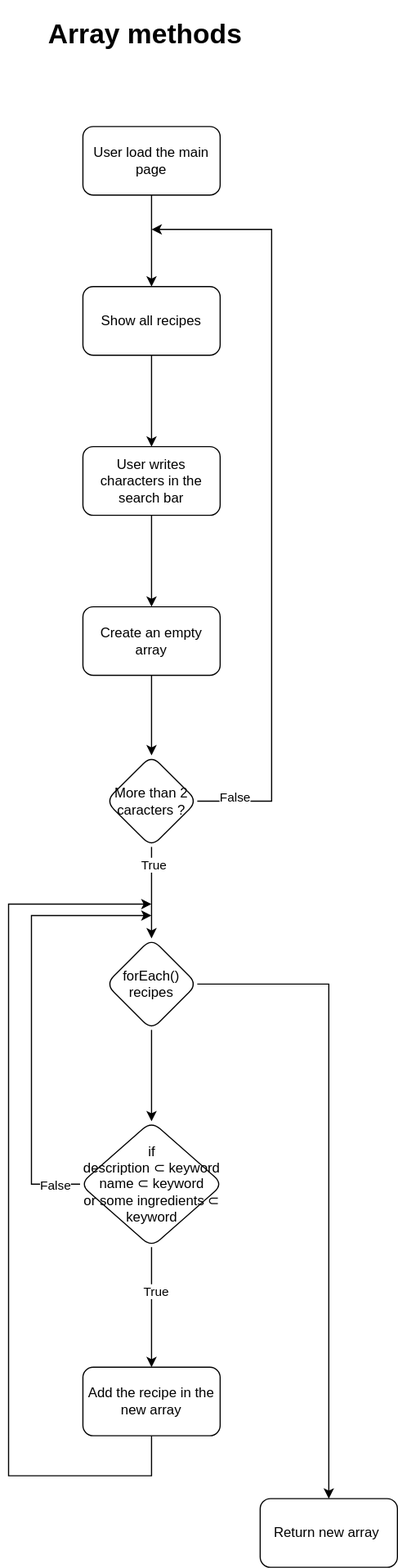
Above: filterByKeywords.svg in nitatemic/Les-Petits-Plats_Alexandre_de_lemeny_makedone_202207 (draw.io), before the change. Source tidied: cells renumbered, new cells last; positions are measured from the earlier drawing's top-left corner, leaving out a move shared by most shapes.
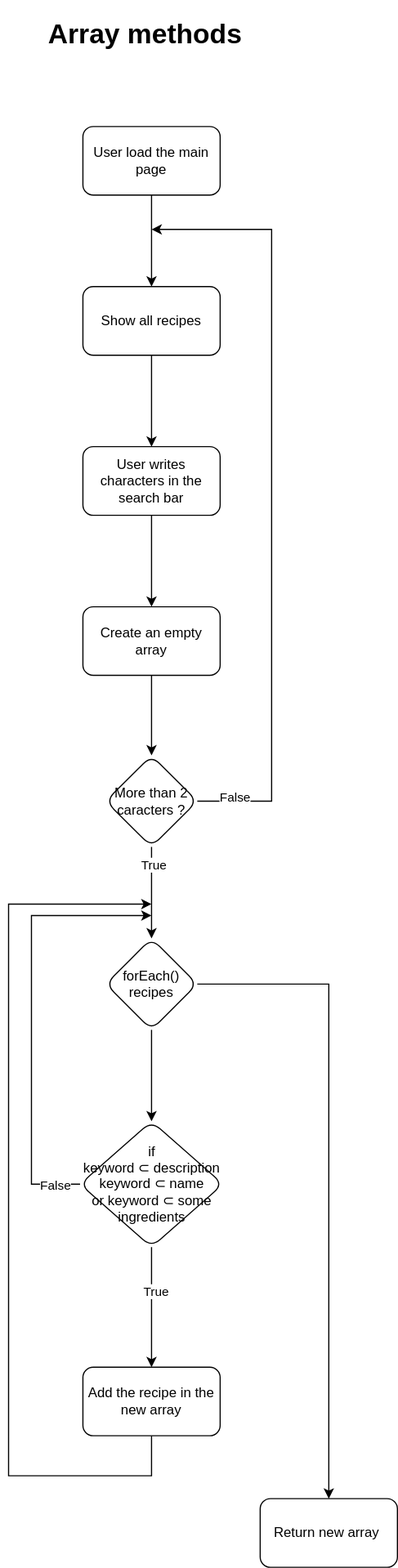
After the change.

Commit message:
Mettre à jour filterByKeywords.svg

What changed in the source:
```diff
@@ -79,7 +79,7 @@
         <mxPoint x="-8" y="-2" as="offset" />
       </mxGeometry>
     </mxCell>
-    <mxCell id="23" value="if &lt;br&gt;description ⊂ keyword&lt;br&gt;name ⊂ keyword&lt;br&gt;or some ingredients ⊂ keyword" style="rhombus;whiteSpace=wrap;html=1;rounded=1;" parent="1" vertex="1">
+    <mxCell id="23" value="if &lt;br&gt;keyword ⊂&amp;nbsp;description&lt;br&gt;keyword ⊂ name&lt;br&gt;or keyword ⊂&amp;nbsp;some ingredients" style="rhombus;whiteSpace=wrap;html=1;rounded=1;" parent="1" vertex="1">
       <mxGeometry x="62.5" y="970" width="125" height="110" as="geometry" />
     </mxCell>
     <mxCell id="24" style="edgeStyle=orthogonalEdgeStyle;rounded=0;jettySize=auto;html=1;fontColor=#000000;" parent="1" edge="1" source="25">
```
